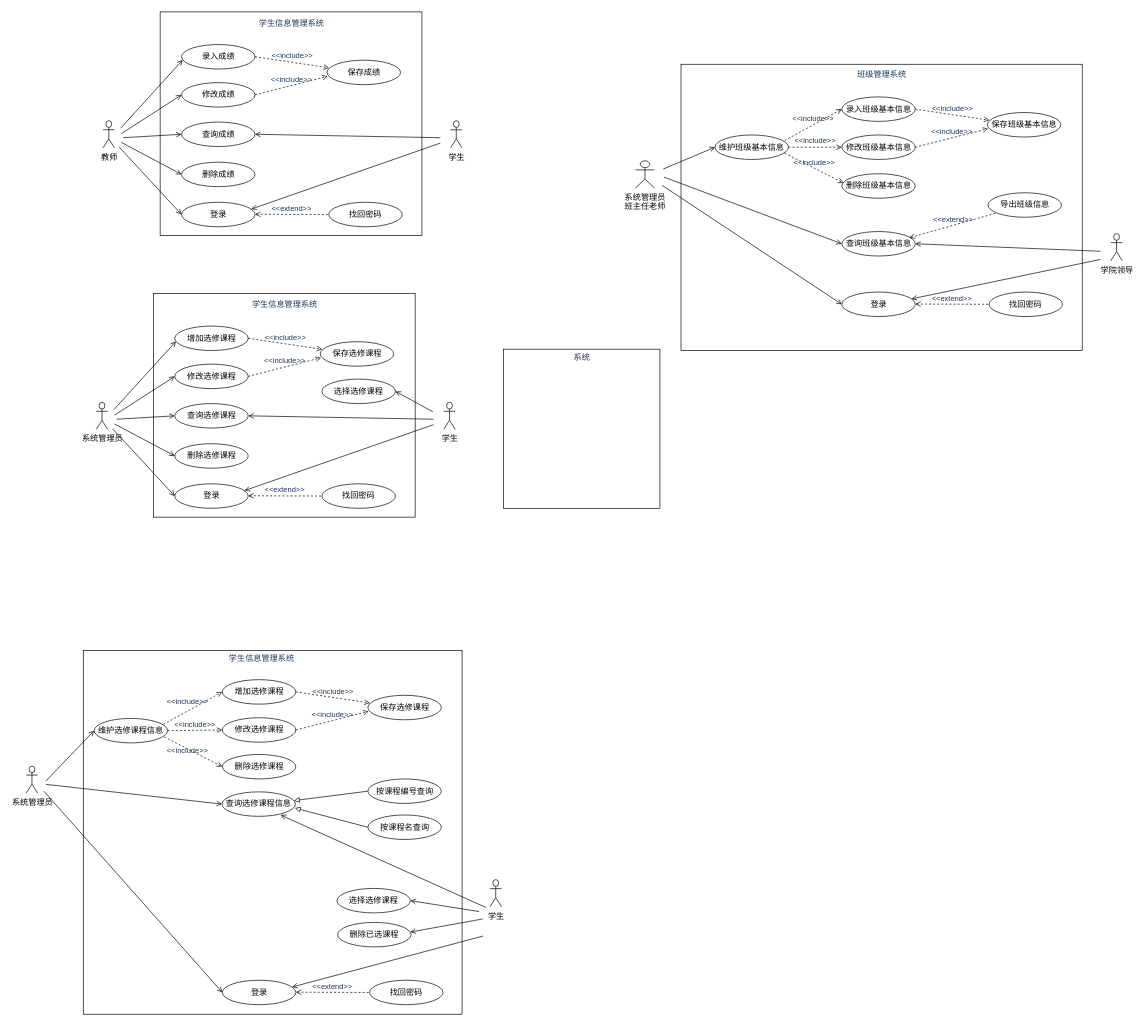
Above: page "用例图——班级管理系统相关" (5 of 9) of 03-exam_study/UML考试图.drawio in chenzhaoguo/UML (draw.io), before the change. Source tidied: cells renumbered, new cells numbered last; positions are measured from the earlier drawing's top-left corner, leaving out a move shared by most shapes. Both pictures are drawn from the tidied source at 68%, with x=0, y=0 at pixel (26, 12).
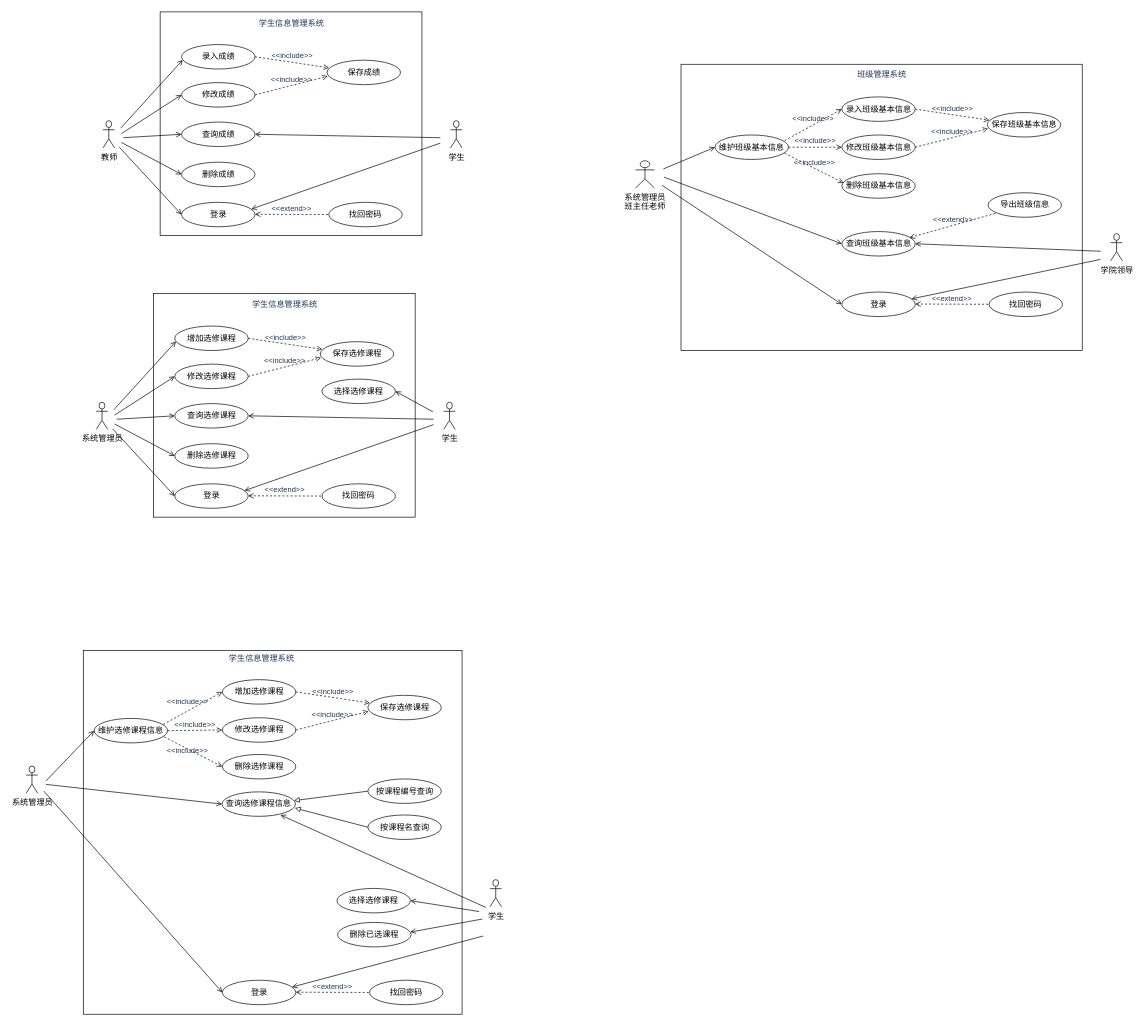
The same page after the edit.

The edit, as a diff of the source:
```diff
@@
-    <mxCell id="102" style="rounded=0;whiteSpace=wrap;html=1;sketch=0;fontColor=#1D3557;strokeColor=#000000;fillColor=none;" parent="1" vertex="1">
-      <mxGeometry x="702" y="496" width="230" height="234" as="geometry" />
-    </mxCell>
-    <mxCell id="103" value="系统" style="text;html=1;align=center;verticalAlign=middle;strokeColor=none;fillColor=none;fontColor=#1D3557;" parent="1" vertex="1">
-      <mxGeometry x="800" y="500" width="34" height="18" as="geometry" />
-    </mxCell>
```
